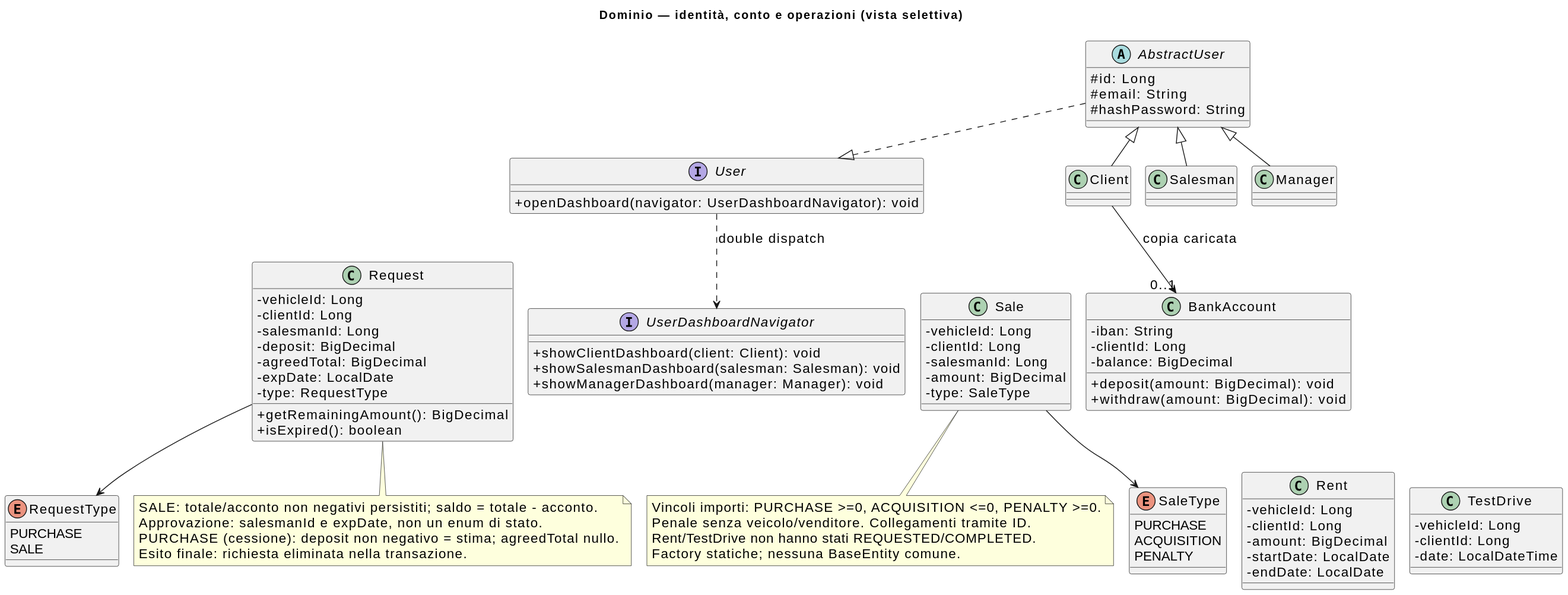
Above: docs/diagrams/current/class-domain-workflows.svg in fededamo/DriveHub (PlantUML), before the change.
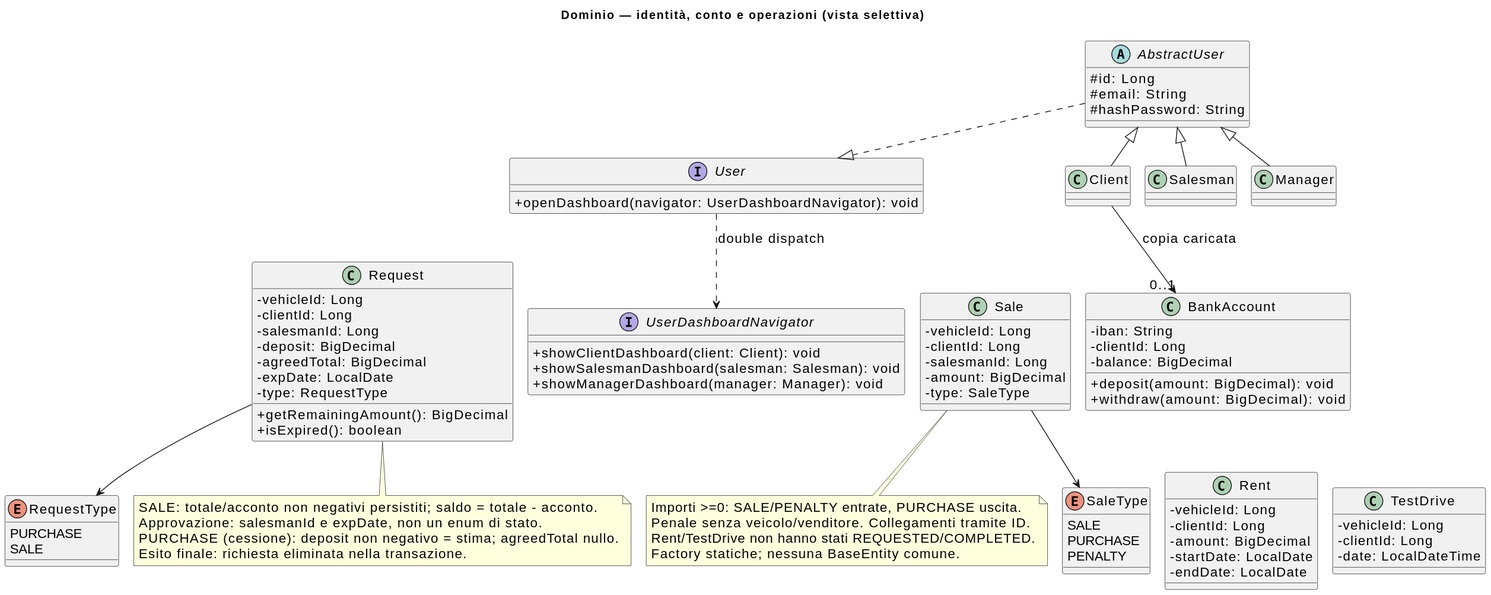
The same file after the commit.

The edit, as a diff of the source:
```diff
@@ -50,8 +50,8 @@
   - type: SaleType
 }
 enum SaleType {
+  SALE
   PURCHASE
-  ACQUISITION
   PENALTY
 }
 class Rent {
@@ -85,7 +85,7 @@
   Esito finale: richiesta eliminata nella transazione.
 end note
 note bottom of Sale
-  Vincoli importi: PURCHASE >=0, ACQUISITION <=0, PENALTY >=0.
+  Importi >=0: SALE/PENALTY entrate, PURCHASE uscita.
   Penale senza veicolo/venditore. Collegamenti tramite ID.
   Rent/TestDrive non hanno stati REQUESTED/COMPLETED.
   Factory statiche; nessuna BaseEntity comune.
```
